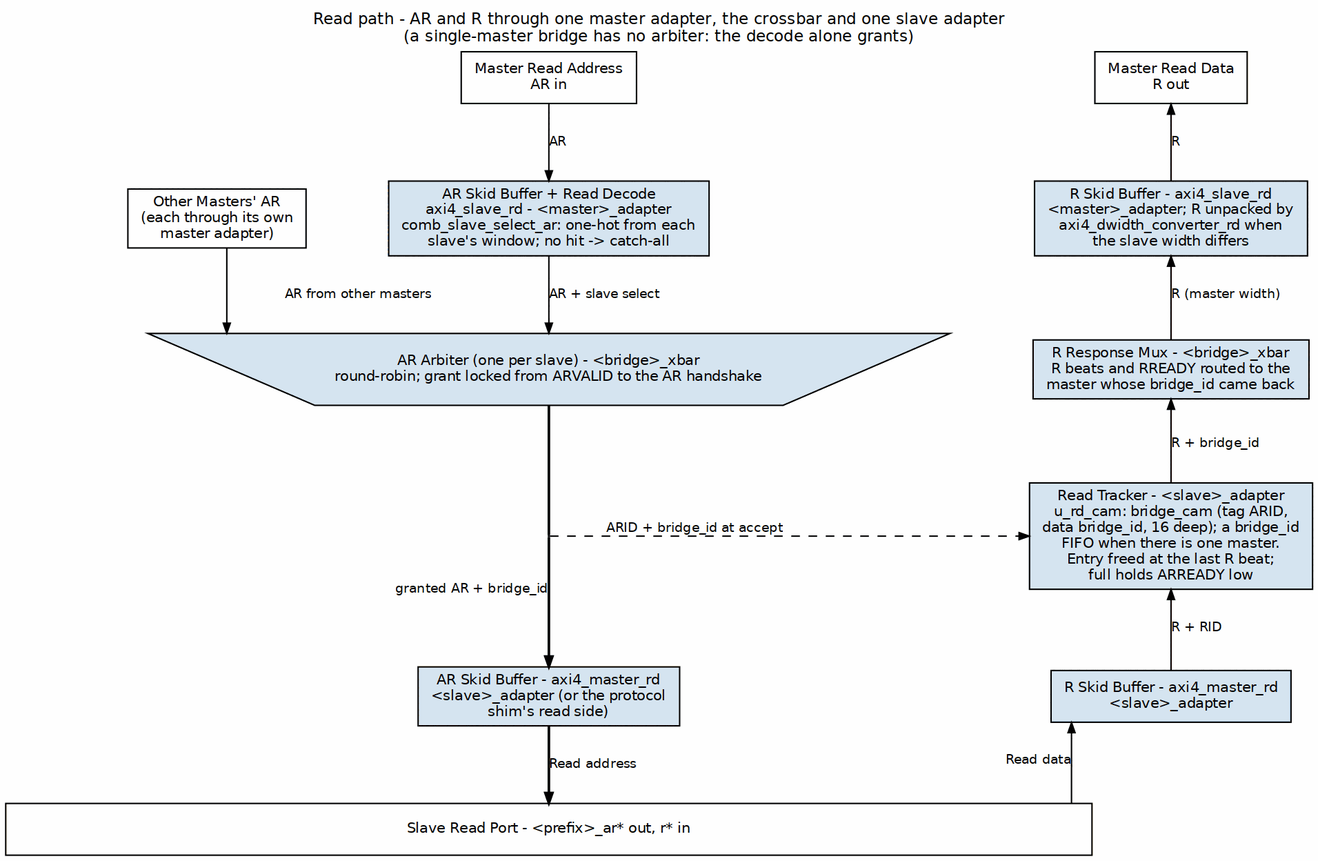
The Graphviz diagram projects/components/fabric-gen-ip/bridge/docs/bridge_has/assets/graphviz/read_path_flow.png in sean-galloway/RTLDesignSherpa, before a commit. Its source is kept beside it as projects/components/fabric-gen-ip/bridge/docs/bridge_has/assets/graphviz/read_path_flow.dot.
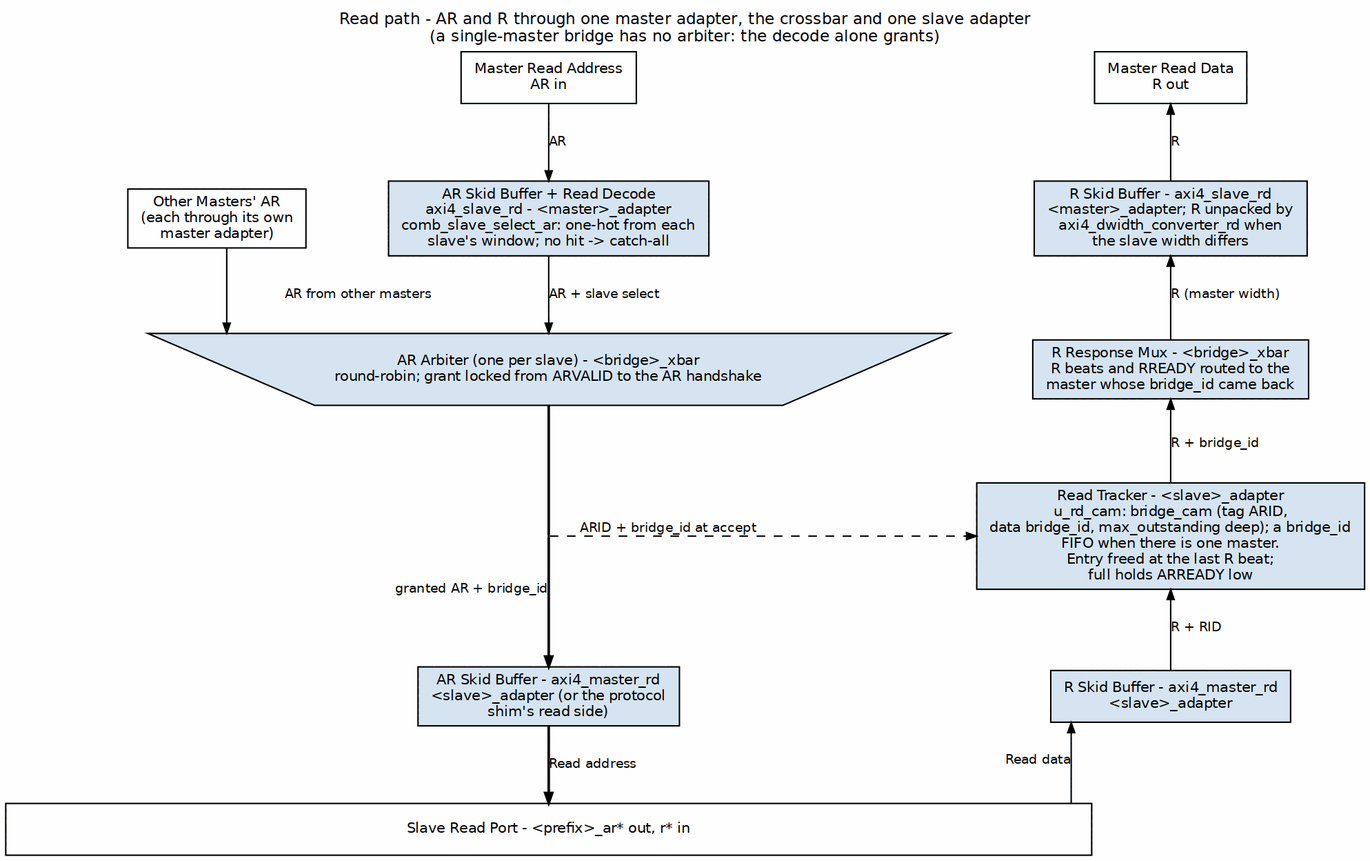
After the change.

Diff of the diagram source:
```diff
@@ -20,7 +20,7 @@
     { rank=same; arb; rmux; }
     arb -> rmux [style=invis];
     pc3 [shape=point, width=0.01, label="", group=C];
-    trk [label="Read Tracker - <slave>_adapter\nu_rd_cam: bridge_cam (tag ARID,\ndata bridge_id, 16 deep); a bridge_id\nFIFO when there is one master.\nEntry freed at the last R beat;\nfull holds ARREADY low", group=R];
+    trk [label="Read Tracker - <slave>_adapter\nu_rd_cam: bridge_cam (tag ARID,\ndata bridge_id, max_outstanding deep); a bridge_id\nFIFO when there is one master.\nEntry freed at the last R beat;\nfull holds ARREADY low", group=R];
     { rank=same; pc3; trk; }
     sC [label="AR Skid Buffer - axi4_master_rd\n<slave>_adapter (or the protocol\nshim's read side)", group=C];
     sR [label="R Skid Buffer - axi4_master_rd\n<slave>_adapter", group=R];
```
